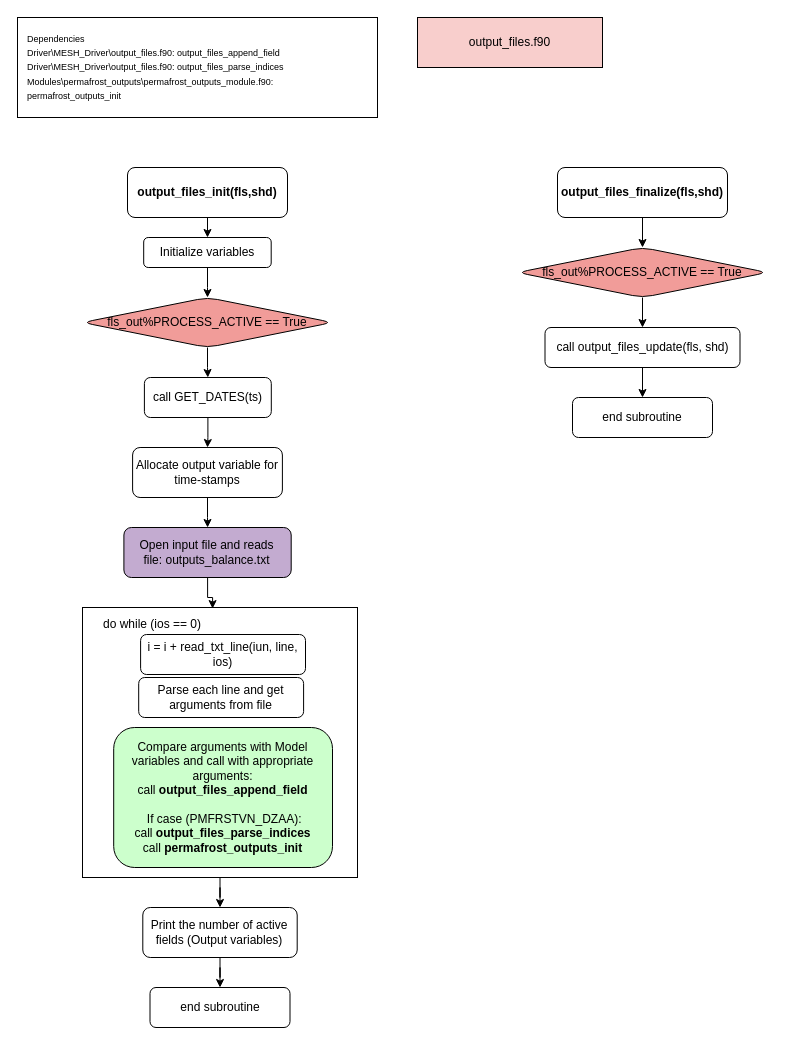
This is output_files.drawio from MeshMapping/r1813_Mappings, a draw.io file, before an edit. Source tidied: cells renumbered, new cells numbered last; positions are measured from the earlier drawing's top-left corner, leaving out a move shared by most shapes. Both pictures are drawn from the tidied source at 100%, with x=0, y=0 at pixel (17, 17).
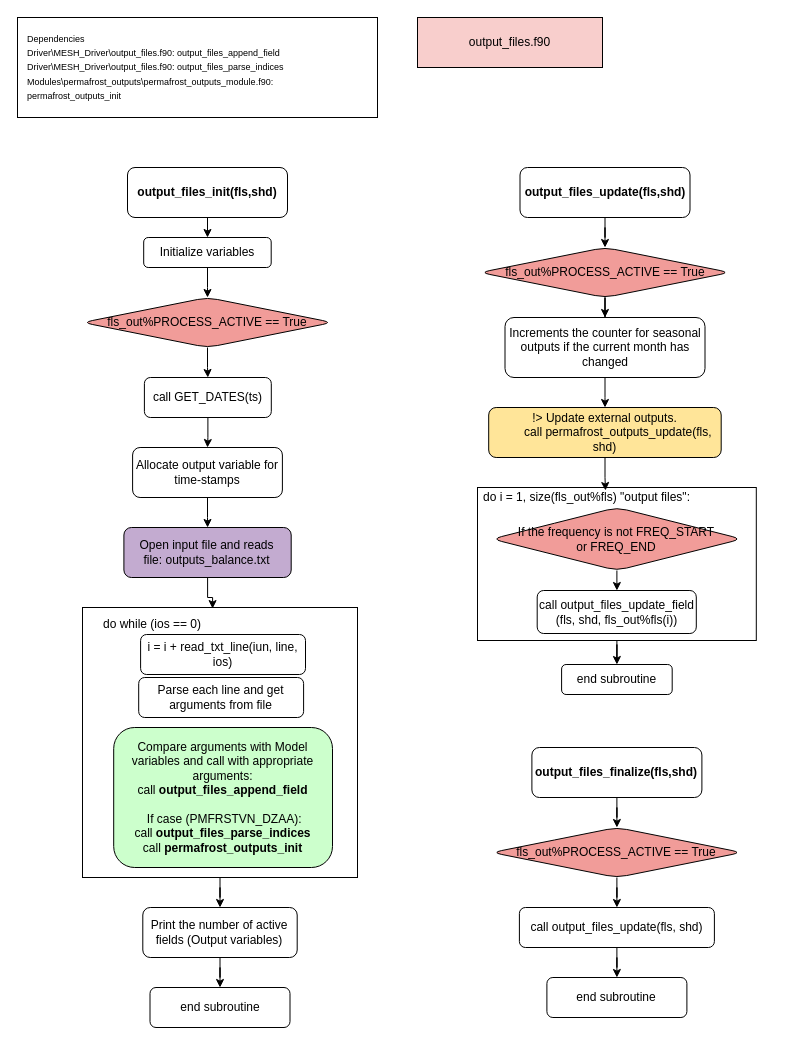
Above is the later version.

The edit, as a diff of the source:
```diff
@@
     <mxCell id="28" value="&lt;b&gt;output_files_finalize(fls,shd)&lt;/b&gt;" style="rounded=1;whiteSpace=wrap;html=1;" parent="1" vertex="1">
-      <mxGeometry x="540" y="150" width="170" height="50" as="geometry" />
+      <mxGeometry x="514.4" y="730" width="170" height="50" as="geometry" />
     </mxCell>
@@
     <mxCell id="30" value="&lt;div&gt;fls_out%PROCESS_ACTIVE == True&lt;/div&gt;" style="rhombus;whiteSpace=wrap;html=1;rounded=1;fillColor=#F19C99;" parent="1" vertex="1">
-      <mxGeometry x="500" y="230" width="250" height="50" as="geometry" />
+      <mxGeometry x="474.4" y="810" width="250" height="50" as="geometry" />
     </mxCell>
@@
     <mxCell id="32" value="call output_files_update(fls, shd)" style="whiteSpace=wrap;html=1;fillColor=#FFFFFF;rounded=1;" parent="1" vertex="1">
-      <mxGeometry x="527.5" y="310" width="195" height="40" as="geometry" />
+      <mxGeometry x="501.9" y="890" width="195" height="40" as="geometry" />
     </mxCell>
     <mxCell id="33" value="end subroutine" style="whiteSpace=wrap;html=1;rounded=1;" parent="1" vertex="1">
-      <mxGeometry x="555" y="380" width="140" height="40" as="geometry" />
+      <mxGeometry x="529.4" y="960" width="140" height="40" as="geometry" />
     </mxCell>
+    <mxCell id="34" style="edgeStyle=orthogonalEdgeStyle;rounded=0;jettySize=auto;html=1;" parent="1" edge="1" source="35" target="37">
+      <mxGeometry relative="1" as="geometry" />
+    </mxCell>
+    <mxCell id="35" value="&lt;b&gt;output_files_update(fls,shd)&lt;/b&gt;" style="rounded=1;whiteSpace=wrap;html=1;" parent="1" vertex="1">
+      <mxGeometry x="502.5" y="150" width="170" height="50" as="geometry" />
+    </mxCell>
+    <mxCell id="36" style="edgeStyle=orthogonalEdgeStyle;rounded=0;jettySize=auto;html=1;" parent="1" edge="1" source="37" target="39">
+      <mxGeometry relative="1" as="geometry" />
+    </mxCell>
+    <mxCell id="37" value="&lt;div&gt;fls_out%PROCESS_ACTIVE == True&lt;/div&gt;" style="rhombus;whiteSpace=wrap;html=1;rounded=1;fillColor=#F19C99;" parent="1" vertex="1">
+      <mxGeometry x="462.5" y="230" width="250" height="50" as="geometry" />
+    </mxCell>
+    <mxCell id="38" style="edgeStyle=orthogonalEdgeStyle;rounded=0;jettySize=auto;html=1;" parent="1" edge="1" source="39" target="41">
+      <mxGeometry relative="1" as="geometry" />
+    </mxCell>
+    <mxCell id="39" value="Increments the counter for seasonal outputs if the current month has changed" style="whiteSpace=wrap;html=1;fillColor=#FFFFFF;rounded=1;" parent="1" vertex="1">
+      <mxGeometry x="487.5" y="300" width="200" height="60" as="geometry" />
+    </mxCell>
+    <mxCell id="40" value="end subroutine" style="whiteSpace=wrap;html=1;rounded=1;" parent="1" vertex="1">
+      <mxGeometry x="544.1" y="647" width="110.6" height="30" as="geometry" />
+    </mxCell>
+    <mxCell id="41" value="&lt;div&gt;!&amp;gt; Update external outputs.&lt;/div&gt;&lt;div&gt;&amp;nbsp; &amp;nbsp; &amp;nbsp; &amp;nbsp; call permafrost_outputs_update(fls, shd)&lt;/div&gt;" style="whiteSpace=wrap;html=1;fillColor=#FFE599;rounded=1;" parent="1" vertex="1">
+      <mxGeometry x="471.2" y="390" width="232.5" height="50" as="geometry" />
+    </mxCell>
+    <mxCell id="42" style="group;" parent="1" vertex="1">
+      <mxGeometry x="460" y="470" width="278.8" height="153" as="geometry" />
+    </mxCell>
+    <mxCell id="43" style="rounded=0;whiteSpace=wrap;html=1;" parent="42" vertex="1">
+      <mxGeometry width="278.8" height="153" as="geometry" />
+    </mxCell>
+    <mxCell id="44" value="do i = 1, size(fls_out%fls) &quot;output files&quot;:" style="text;html=1;align=center;verticalAlign=middle;whiteSpace=wrap;rounded=0;" parent="42" vertex="1">
+      <mxGeometry width="218.8" height="20" as="geometry" />
+    </mxCell>
+    <mxCell id="45" style="edgeStyle=orthogonalEdgeStyle;rounded=0;jettySize=auto;html=1;" parent="42" edge="1" source="46" target="47">
+      <mxGeometry relative="1" as="geometry" />
+    </mxCell>
+    <mxCell id="46" value="&lt;div&gt;If the frequency is not FREQ_START or&amp;nbsp;FREQ_END&lt;/div&gt;" style="rhombus;whiteSpace=wrap;html=1;rounded=1;fillColor=#F19C99;" parent="42" vertex="1">
+      <mxGeometry x="14.4" y="20" width="250" height="63" as="geometry" />
+    </mxCell>
+    <mxCell id="47" value="call output_files_update_field&lt;div&gt;(fls, shd, fls_out%fls(i))&lt;/div&gt;" style="whiteSpace=wrap;html=1;fillColor=#FFFFFF;rounded=1;" parent="42" vertex="1">
+      <mxGeometry x="59.7" y="103" width="159.1" height="43" as="geometry" />
+    </mxCell>
+    <mxCell id="48" style="edgeStyle=orthogonalEdgeStyle;rounded=0;jettySize=auto;html=1;entryX=0.585;entryY=0.15;entryDx=0;entryDy=0;entryPerimeter=0;" parent="1" edge="1" source="41" target="44">
+      <mxGeometry relative="1" as="geometry" />
+    </mxCell>
+    <mxCell id="49" style="edgeStyle=orthogonalEdgeStyle;rounded=0;jettySize=auto;html=1;entryX=0.5;entryY=0;entryDx=0;entryDy=0;" parent="1" edge="1" source="43" target="40">
+      <mxGeometry relative="1" as="geometry" />
+    </mxCell>
```
